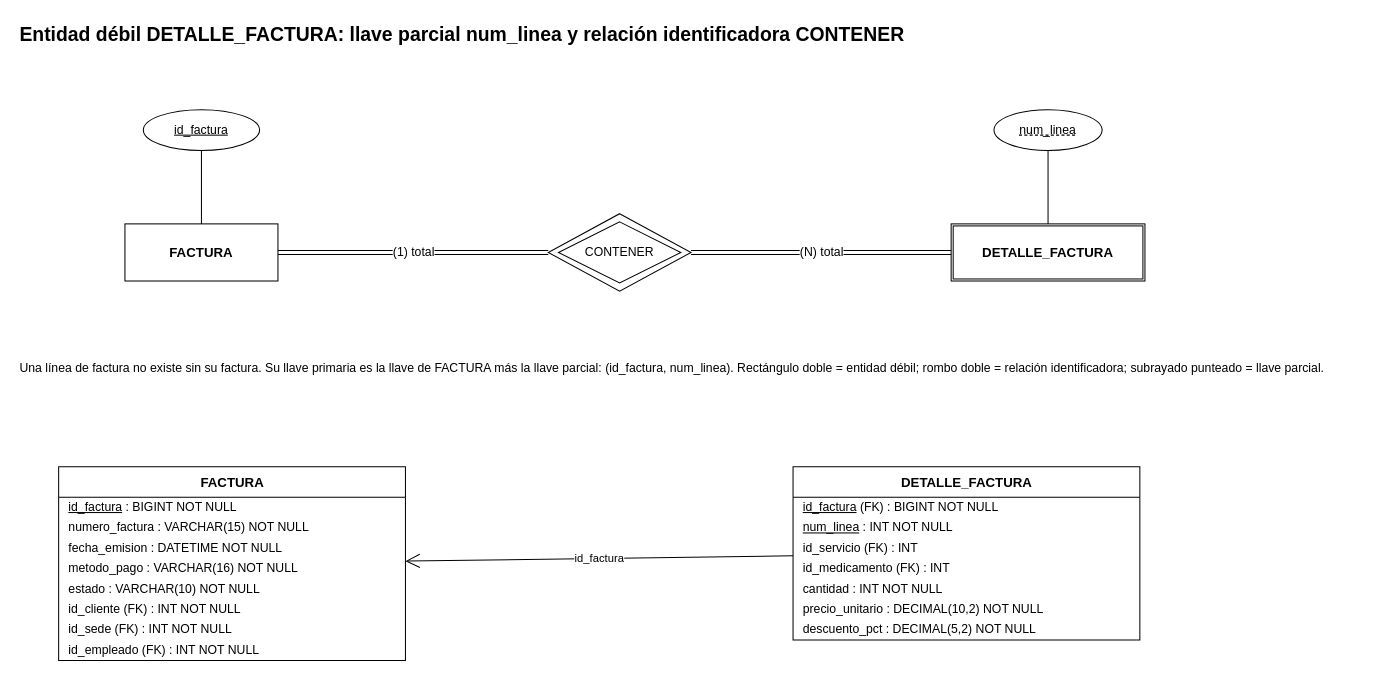
Earlier version of the draw.io diagram documentos/fase1/diagramas_drawio/09_Entidad_Debil_DETALLE_FACTURA.drawio (Estarlan/proyecto-bd1-sigevet). Source tidied: cells renumbered, new cells numbered last; positions are measured from the earlier drawing's top-left corner, leaving out a move shared by most shapes. Both pictures are drawn from the tidied source at 102%, with x=0, y=0 at pixel (17, 17).
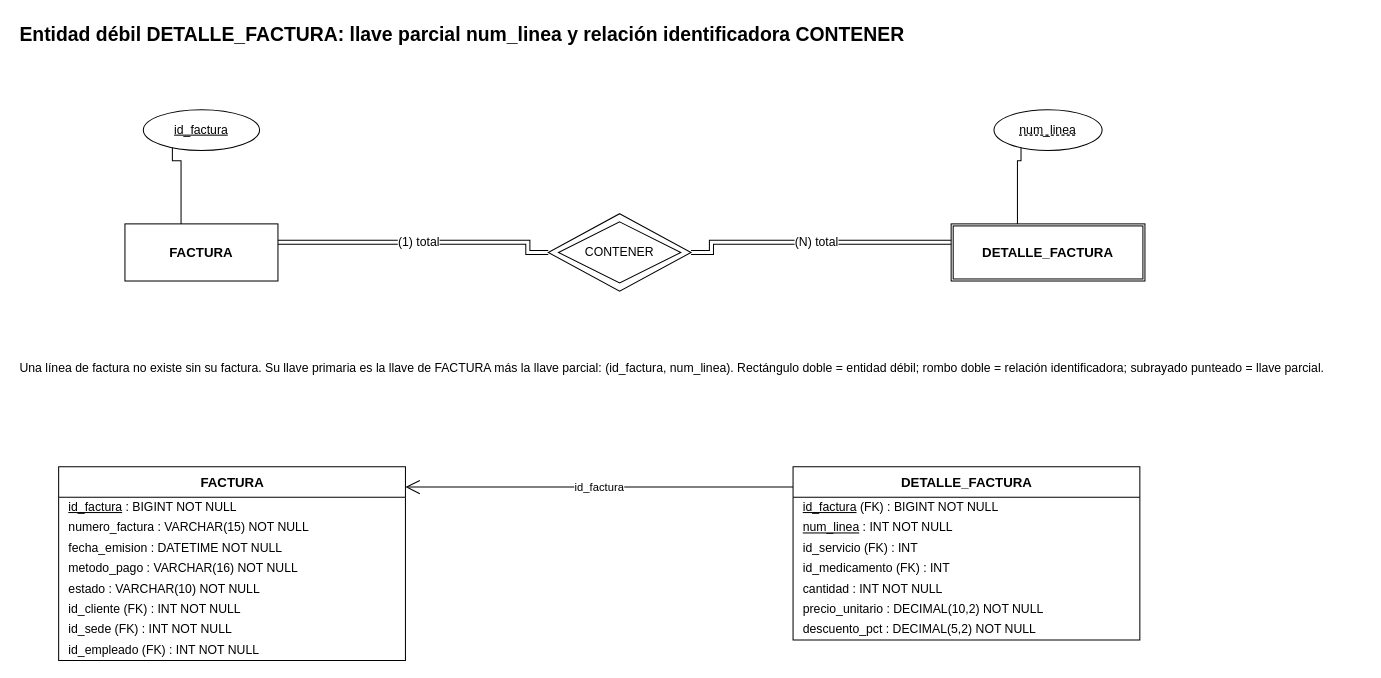
The same page after the edit.

The change refers to these unchanged cells:
```xml
<mxCell id="3" value="FACTURA" style="rounded=0;whiteSpace=wrap;html=1;fillColor=none;fontSize=13;fontStyle=1;" parent="1" vertex="1">
  <mxGeometry x="105" y="202" width="150" height="56" as="geometry" />
</mxCell>
<mxCell id="4" value="DETALLE_FACTURA" style="shape=ext;double=1;whiteSpace=wrap;html=1;fillColor=none;fontSize=13;fontStyle=1;" parent="1" vertex="1">
  <mxGeometry x="915" y="202" width="190" height="56" as="geometry" />
</mxCell>
<mxCell id="5" value="CONTENER" style="rhombus;whiteSpace=wrap;html=1;fillColor=none;fontSize=12;" parent="1" vertex="1">
  <mxGeometry x="520" y="192" width="140" height="76" as="geometry" />
</mxCell>
<mxCell id="9" value="&lt;u&gt;id_factura&lt;/u&gt;" style="ellipse;whiteSpace=wrap;html=1;fillColor=none;fontSize=12;" parent="1" vertex="1">
  <mxGeometry x="123" y="90" width="114" height="40" as="geometry" />
</mxCell>
<mxCell id="11" value="&lt;u style=&quot;text-decoration: underline dashed&quot;&gt;num_linea&lt;/u&gt;" style="ellipse;whiteSpace=wrap;html=1;fillColor=none;fontSize=12;" parent="1" vertex="1">
  <mxGeometry x="957" y="90" width="106" height="40" as="geometry" />
</mxCell>
<mxCell id="14" value="FACTURA" style="swimlane;fontStyle=1;horizontal=1;startSize=30;html=1;fillColor=none;swimlaneFillColor=none;fontSize=13;" parent="1" vertex="1">
  <mxGeometry x="40" y="440" width="340" height="190" as="geometry" />
</mxCell>
<mxCell id="23" value="DETALLE_FACTURA" style="swimlane;fontStyle=1;horizontal=1;startSize=30;html=1;fillColor=none;swimlaneFillColor=none;fontSize=13;" parent="1" vertex="1">
  <mxGeometry x="760" y="440" width="340" height="170" as="geometry" />
</mxCell>
```

Diff of the diagram source:
```diff
@@
-    <mxCell id="7" value="(1) total" style="shape=link;html=1;endArrow=none;fontSize=12;labelBackgroundColor=default;jumpStyle=arc;jumpSize=10;" parent="1" edge="1" source="3" target="5">
-      <mxGeometry relative="1" as="geometry" />
+    <mxCell id="7" value="(1) total" style="shape=link;html=1;endArrow=none;fontSize=12;labelBackgroundColor=default;jumpStyle=gap;jumpSize=8;edgeStyle=none;rounded=0;exitX=1.00000000;exitY=0.32142857;exitPerimeter=0;entryX=0.00000000;entryY=0.50000000;entryPerimeter=0;" parent="1" edge="1" source="3" target="5">
+      <mxGeometry relative="1" as="geometry">
+        <Array as="points">
+          <mxPoint x="280" y="220" />
+          <mxPoint x="500" y="220" />
+          <mxPoint x="500" y="230" />
+        </Array>
+      </mxGeometry>
     </mxCell>
-    <mxCell id="8" value="(N) total" style="shape=link;html=1;endArrow=none;fontSize=12;labelBackgroundColor=default;jumpStyle=arc;jumpSize=10;" parent="1" edge="1" source="5" target="4">
-      <mxGeometry relative="1" as="geometry" />
+    <mxCell id="8" value="(N) total" style="shape=link;html=1;endArrow=none;fontSize=12;labelBackgroundColor=default;jumpStyle=gap;jumpSize=8;edgeStyle=none;rounded=0;exitX=1.00000000;exitY=0.50000000;exitPerimeter=0;entryX=0.00000000;entryY=0.32142857;entryPerimeter=0;" parent="1" edge="1" source="5" target="4">
+      <mxGeometry relative="1" as="geometry">
+        <Array as="points">
+          <mxPoint x="680" y="230" />
+          <mxPoint x="680" y="220" />
+          <mxPoint x="900" y="220" />
+        </Array>
+      </mxGeometry>
     </mxCell>
@@
-    <mxCell id="10" style="html=1;endArrow=none;fontSize=12;labelBackgroundColor=default;jumpStyle=arc;jumpSize=10;" parent="1" edge="1" source="3" target="9">
-      <mxGeometry relative="1" as="geometry" />
+    <mxCell id="10" style="html=1;endArrow=none;fontSize=12;labelBackgroundColor=default;jumpStyle=gap;jumpSize=8;edgeStyle=none;rounded=0;exitX=0.36666667;exitY=0.00000000;exitPerimeter=0;entryX=0.25000000;entryY=0.93301270;entryPerimeter=0;" parent="1" edge="1" source="3" target="9">
+      <mxGeometry relative="1" as="geometry">
+        <Array as="points">
+          <mxPoint x="160" y="180" />
+          <mxPoint x="160" y="140" />
+          <mxPoint x="151.5" y="140" />
+        </Array>
+      </mxGeometry>
     </mxCell>
@@
-    <mxCell id="12" style="html=1;endArrow=none;fontSize=12;labelBackgroundColor=default;jumpStyle=arc;jumpSize=10;" parent="1" edge="1" source="4" target="11">
-      <mxGeometry relative="1" as="geometry" />
+    <mxCell id="12" style="html=1;endArrow=none;fontSize=12;labelBackgroundColor=default;jumpStyle=gap;jumpSize=8;edgeStyle=none;rounded=0;exitX=0.34210526;exitY=0.00000000;exitPerimeter=0;entryX=0.25000000;entryY=0.93301270;entryPerimeter=0;" parent="1" edge="1" source="4" target="11">
+      <mxGeometry relative="1" as="geometry">
+        <Array as="points">
+          <mxPoint x="980" y="180" />
+          <mxPoint x="980" y="140" />
+          <mxPoint x="983.5" y="140" />
+        </Array>
+      </mxGeometry>
     </mxCell>
@@
-    <mxCell id="31" value="id_factura" style="html=1;endArrow=none;fontSize=12;labelBackgroundColor=default;endArrow=open;endFill=0;endSize=12;fontSize=11;jumpStyle=arc;jumpSize=10;" parent="1" edge="1" source="23" target="14">
-      <mxGeometry relative="1" as="geometry" />
+    <mxCell id="31" value="id_factura" style="html=1;endArrow=none;fontSize=12;labelBackgroundColor=default;endArrow=open;endFill=0;endSize=12;fontSize=11;jumpStyle=gap;jumpSize=8;edgeStyle=none;rounded=0;exitX=0.00000000;exitY=0.11764706;exitPerimeter=0;entryX=1.00000000;entryY=0.10526316;entryPerimeter=0;" parent="1" edge="1" source="23" target="14">
+      <mxGeometry relative="1" as="geometry">
+        <Array as="points">
+          <mxPoint x="740" y="460" />
+          <mxPoint x="400" y="460" />
+        </Array>
+      </mxGeometry>
     </mxCell>
```
